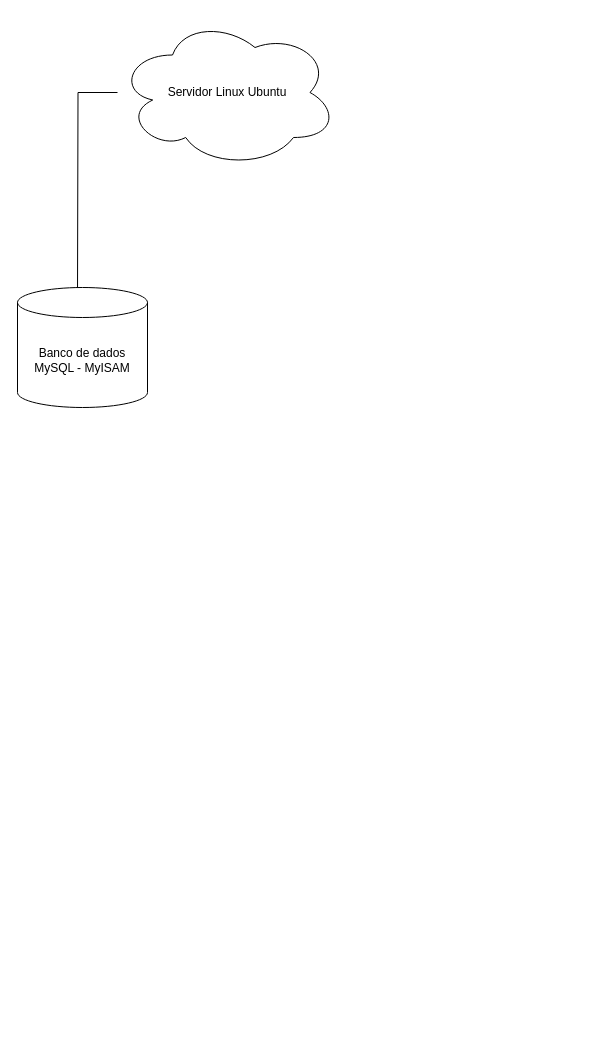
AlexandreSiedschlag/Diagrams keeps this draw.io diagram as Untitled Diagram.drawio. Above is the earlier version. Source tidied: cells renumbered, new cells numbered last; positions are measured from the earlier drawing's top-left corner, leaving out a move shared by most shapes. Both pictures are drawn from the tidied source at 100%, with x=0, y=0 at pixel (17, 17).
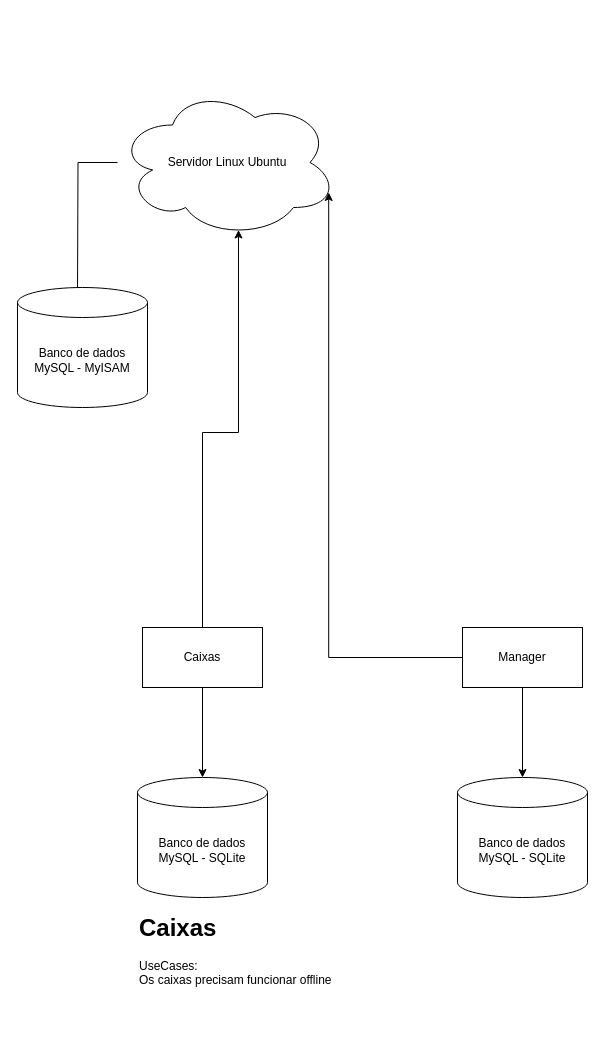
The same page after the edit.

What changed in the source:
```diff
@@
 <mxGraphModel>
   <root>
     <mxCell id="0" />
     <mxCell id="1" parent="0" />
     <mxCell id="2" style="edgeStyle=orthogonalEdgeStyle;rounded=0;jettySize=auto;html=1;" parent="1" edge="1" source="3">
       <mxGeometry relative="1" as="geometry">
         <mxPoint x="60" y="280" as="targetPoint" />
       </mxGeometry>
     </mxCell>
     <mxCell id="3" value="Servidor Linux Ubuntu" style="ellipse;shape=cloud;whiteSpace=wrap;html=1;" parent="1" vertex="1">
-      <mxGeometry x="100" width="220" height="150" as="geometry" />
+      <mxGeometry x="100" y="70" width="220" height="150" as="geometry" />
     </mxCell>
     <mxCell id="4" value="Banco de dados&lt;br&gt;MySQL - MyISAM" style="shape=cylinder3;whiteSpace=wrap;html=1;boundedLbl=1;backgroundOutline=1;size=15;" parent="1" vertex="1">
       <mxGeometry y="270" width="130" height="120" as="geometry" />
     </mxCell>
+    <mxCell id="5" value="Banco de dados&lt;br&gt;MySQL - SQLite" style="shape=cylinder3;whiteSpace=wrap;html=1;boundedLbl=1;backgroundOutline=1;size=15;" parent="1" vertex="1">
+      <mxGeometry x="120" y="760" width="130" height="120" as="geometry" />
+    </mxCell>
+    <mxCell id="6" value="Caixas" style="rounded=0;whiteSpace=wrap;html=1;" parent="1" vertex="1">
+      <mxGeometry x="125" y="610" width="120" height="60" as="geometry" />
+    </mxCell>
+    <mxCell id="7" style="edgeStyle=orthogonalEdgeStyle;rounded=0;jettySize=auto;html=1;entryX=0.5;entryY=0;entryDx=0;entryDy=0;entryPerimeter=0;" parent="1" edge="1" source="6" target="5">
+      <mxGeometry relative="1" as="geometry" />
+    </mxCell>
+    <mxCell id="8" value="Banco de dados&lt;br&gt;MySQL - SQLite" style="shape=cylinder3;whiteSpace=wrap;html=1;boundedLbl=1;backgroundOutline=1;size=15;" parent="1" vertex="1">
+      <mxGeometry x="440" y="760" width="130" height="120" as="geometry" />
+    </mxCell>
+    <mxCell id="9" value="Manager" style="rounded=0;whiteSpace=wrap;html=1;" parent="1" vertex="1">
+      <mxGeometry x="445" y="610" width="120" height="60" as="geometry" />
+    </mxCell>
+    <mxCell id="10" style="edgeStyle=orthogonalEdgeStyle;rounded=0;jettySize=auto;html=1;entryX=0.5;entryY=0;entryDx=0;entryDy=0;entryPerimeter=0;" parent="1" edge="1" source="9" target="8">
+      <mxGeometry relative="1" as="geometry" />
+    </mxCell>
+    <mxCell id="11" value="&lt;h1 style=&quot;margin-top: 0px;&quot;&gt;Caixas&lt;/h1&gt;&lt;div&gt;UseCases:&lt;br&gt;Os caixas precisam funcionar offline&lt;/div&gt;" style="text;html=1;whiteSpace=wrap;overflow=hidden;rounded=0;" parent="1" vertex="1">
+      <mxGeometry x="120" y="890" width="220" height="120" as="geometry" />
+    </mxCell>
+    <mxCell id="12" style="edgeStyle=orthogonalEdgeStyle;rounded=0;jettySize=auto;html=1;entryX=0.55;entryY=0.95;entryDx=0;entryDy=0;entryPerimeter=0;" parent="1" edge="1" source="6" target="3">
+      <mxGeometry relative="1" as="geometry" />
+    </mxCell>
+    <mxCell id="13" style="edgeStyle=orthogonalEdgeStyle;rounded=0;jettySize=auto;html=1;entryX=0.96;entryY=0.7;entryDx=0;entryDy=0;entryPerimeter=0;" parent="1" edge="1" source="9" target="3">
+      <mxGeometry relative="1" as="geometry" />
+    </mxCell>
   </root>
 </mxGraphModel>
```
